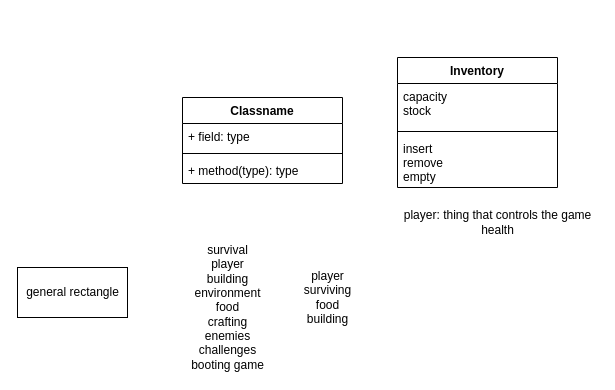
Above: Initial-General-Diagram.drawio in ericbible/cscs1240-playground (draw.io), before the change. Source tidied: cells renumbered, new cells numbered last; positions are measured from the earlier drawing's top-left corner, leaving out a move shared by most shapes. Both pictures are drawn from the tidied source at 100%, with x=0, y=0 at pixel (17, 57).
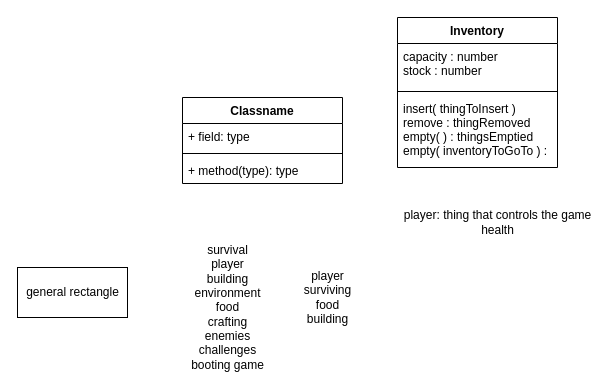
Above is the later version.

Commit message:
Inventory Class method build out and data type specification

Change to the diagram source:
```diff
@@
 <mxGraphModel>
   <root>
     <mxCell id="0" />
     <mxCell id="1" parent="0" />
     <mxCell id="2" value="general rectangle" style="html=1;" parent="1" vertex="1">
       <mxGeometry y="210" width="110" height="50" as="geometry" />
     </mxCell>
     <mxCell id="3" value="survival&lt;br&gt;player&lt;br&gt;building&lt;br&gt;environment&lt;br&gt;food&lt;br&gt;crafting&lt;br&gt;enemies&lt;br&gt;challenges&lt;br&gt;booting game" style="text;html=1;align=center;verticalAlign=middle;" parent="1" vertex="1">
       <mxGeometry x="165" y="185" width="90" height="130" as="geometry" />
     </mxCell>
     <mxCell id="4" value="Classname" style="swimlane;fontStyle=1;align=center;verticalAlign=top;horizontal=1;startSize=26;" parent="1" vertex="1">
       <mxGeometry x="165" y="40" width="160" height="86" as="geometry" />
     </mxCell>
     <mxCell id="5" value="+ field: type" style="text;strokeColor=none;fillColor=none;align=left;verticalAlign=top;spacingLeft=4;spacingRight=4;overflow=hidden;" parent="4" vertex="1">
       <mxGeometry y="26" width="160" height="26" as="geometry" />
     </mxCell>
     <mxCell id="6" style="line;strokeWidth=1;fillColor=none;align=left;verticalAlign=middle;spacingTop=-1;spacingLeft=3;spacingRight=3;labelPosition=right;" parent="4" vertex="1">
       <mxGeometry y="52" width="160" height="8" as="geometry" />
     </mxCell>
     <mxCell id="7" value="+ method(type): type" style="text;strokeColor=none;fillColor=none;align=left;verticalAlign=top;spacingLeft=4;spacingRight=4;overflow=hidden;" parent="4" vertex="1">
       <mxGeometry y="60" width="160" height="26" as="geometry" />
     </mxCell>
     <mxCell id="8" value="player&lt;br&gt;surviving&lt;br&gt;food&lt;br&gt;building" style="text;html=1;align=center;verticalAlign=middle;" parent="1" vertex="1">
       <mxGeometry x="280" y="210" width="60" height="60" as="geometry" />
     </mxCell>
     <mxCell id="9" value="player: thing that controls the game&lt;br&gt;health&lt;br&gt;" style="text;html=1;align=center;verticalAlign=middle;" parent="1" vertex="1">
       <mxGeometry x="380" y="150" width="200" height="30" as="geometry" />
     </mxCell>
     <mxCell id="10" value="Inventory" style="swimlane;fontStyle=1;align=center;verticalAlign=top;horizontal=1;startSize=26;" parent="1" vertex="1">
-      <mxGeometry x="380" width="160" height="130" as="geometry" />
+      <mxGeometry x="380" y="-40" width="160" height="150" as="geometry" />
     </mxCell>
-    <mxCell id="11" value="capacity&#10;stock&#10;" style="text;strokeColor=none;fillColor=none;align=left;verticalAlign=top;spacingLeft=4;spacingRight=4;overflow=hidden;" parent="10" vertex="1">
+    <mxCell id="11" value="capacity : number&#10;stock : number&#10;" style="text;strokeColor=none;fillColor=none;align=left;verticalAlign=top;spacingLeft=4;spacingRight=4;overflow=hidden;" parent="10" vertex="1">
       <mxGeometry y="26" width="160" height="44" as="geometry" />
     </mxCell>
     <mxCell id="12" style="line;strokeWidth=1;fillColor=none;align=left;verticalAlign=middle;spacingTop=-1;spacingLeft=3;spacingRight=3;labelPosition=right;" parent="10" vertex="1">
       <mxGeometry y="70" width="160" height="8" as="geometry" />
     </mxCell>
-    <mxCell id="13" value="insert&#10;remove&#10;empty" style="text;strokeColor=none;fillColor=none;align=left;verticalAlign=top;spacingLeft=4;spacingRight=4;overflow=hidden;" parent="10" vertex="1">
-      <mxGeometry y="78" width="160" height="52" as="geometry" />
+    <mxCell id="13" value="insert( thingToInsert )&#10;remove : thingRemoved&#10;empty( ) : thingsEmptied&#10;empty( inventoryToGoTo ) : " style="text;strokeColor=none;fillColor=none;align=left;verticalAlign=top;spacingLeft=4;spacingRight=4;overflow=hidden;" parent="10" vertex="1">
+      <mxGeometry y="78" width="160" height="72" as="geometry" />
     </mxCell>
   </root>
 </mxGraphModel>
```
